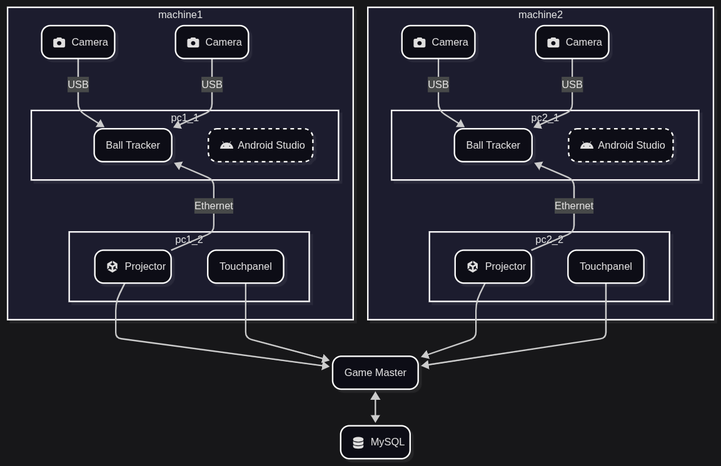
TK75Attractions/struckout keeps this Mermaid diagram as docs/diagrams/architecture.png. Above is the earlier version. Its source is kept beside it as docs/diagrams/architecture.mmd. Its diagram source:
```mermaid
flowchart TD
    classDef studio_class stroke-dasharray:5
    subgraph machine1
        subgraph pc1_1
            ball_tracker1("Ball Tracker")
            android_studio1("fab:fa-android Android Studio")
            class android_studio1 studio_class
        end

        subgraph pc1_2
            projector1("fab:fa-unity Projector")
            touchpanel1("Touchpanel")
        end

        camera1_1("fa:fa-camera Camera")
        camera1_2("fa:fa-camera Camera")
    end

    subgraph machine2
        subgraph pc2_1
            ball_tracker2("Ball Tracker")
            android_studio2("fab:fa-android Android Studio")
            class android_studio2 studio_class
        end

        subgraph pc2_2
            projector2("fab:fa-unity Projector")
            touchpanel2("Touchpanel")
        end

        camera2_1("fa:fa-camera Camera")
        camera2_2("fa:fa-camera Camera")
    end


    database("fa:fa-database MySQL")

    game_master("Game Master")

    camera1_1 & camera1_2 --USB--> ball_tracker1
    camera2_1 & camera2_2 --USB--> ball_tracker2

    projector1 --Ethernet--> ball_tracker1
    projector2 --Ethernet--> ball_tracker2

    touchpanel1 & touchpanel2 --> game_master <--> database

    projector1 & projector2 --> game_master

    ball_tracker1 ~~~ projector1 ~~~ game_master
    ball_tracker2 ~~~ projector2 ~~~ game_master
```
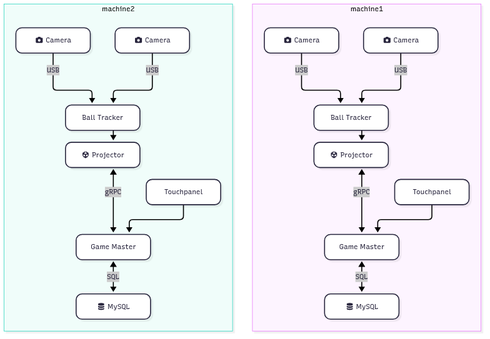
After the commit.

The edit, as a diff of the source:
```diff
@@ -1,51 +1,36 @@
 flowchart TD
-    classDef studio_class stroke-dasharray:5
     subgraph machine1
-        subgraph pc1_1
-            ball_tracker1("Ball Tracker")
-            android_studio1("fab:fa-android Android Studio")
-            class android_studio1 studio_class
-        end
-
-        subgraph pc1_2
-            projector1("fab:fa-unity Projector")
-            touchpanel1("Touchpanel")
-        end
-
+        ball_tracker1("Ball Tracker")
+        projector1("fab:fa-unity Projector")
+        touchpanel1("Touchpanel")
         camera1_1("fa:fa-camera Camera")
         camera1_2("fa:fa-camera Camera")
+        game_master1("Game Master")
+        database1("fa:fa-database MySQL")
     end
 
     subgraph machine2
-        subgraph pc2_1
-            ball_tracker2("Ball Tracker")
-            android_studio2("fab:fa-android Android Studio")
-            class android_studio2 studio_class
-        end
-
-        subgraph pc2_2
-            projector2("fab:fa-unity Projector")
-            touchpanel2("Touchpanel")
-        end
-
+        ball_tracker2("Ball Tracker")
+        projector2("fab:fa-unity Projector")
+        touchpanel2("Touchpanel")
         camera2_1("fa:fa-camera Camera")
         camera2_2("fa:fa-camera Camera")
+        game_master2("Game Master")
+        database2("fa:fa-database MySQL")
     end
 
-
-    database("fa:fa-database MySQL")
-
-    game_master("Game Master")
 
     camera1_1 & camera1_2 --USB--> ball_tracker1
     camera2_1 & camera2_2 --USB--> ball_tracker2
 
-    projector1 --Ethernet--> ball_tracker1
-    projector2 --Ethernet--> ball_tracker2
+    ball_tracker1 --> projector1
+    ball_tracker2 --> projector2
 
-    touchpanel1 & touchpanel2 --> game_master <--> database
+    touchpanel1 --> game_master1 <--SQL--> database1
+    touchpanel2 --> game_master2 <--SQL--> database2
 
-    projector1 & projector2 --> game_master
+    projector1 <--gRPC--> game_master1
+    projector2 <--gRPC--> game_master2
 
-    ball_tracker1 ~~~ projector1 ~~~ game_master
-    ball_tracker2 ~~~ projector2 ~~~ game_master
+    ball_tracker1 ~~~ projector1 ~~~ game_master1
+    ball_tracker2 ~~~ projector2 ~~~ game_master2
```
